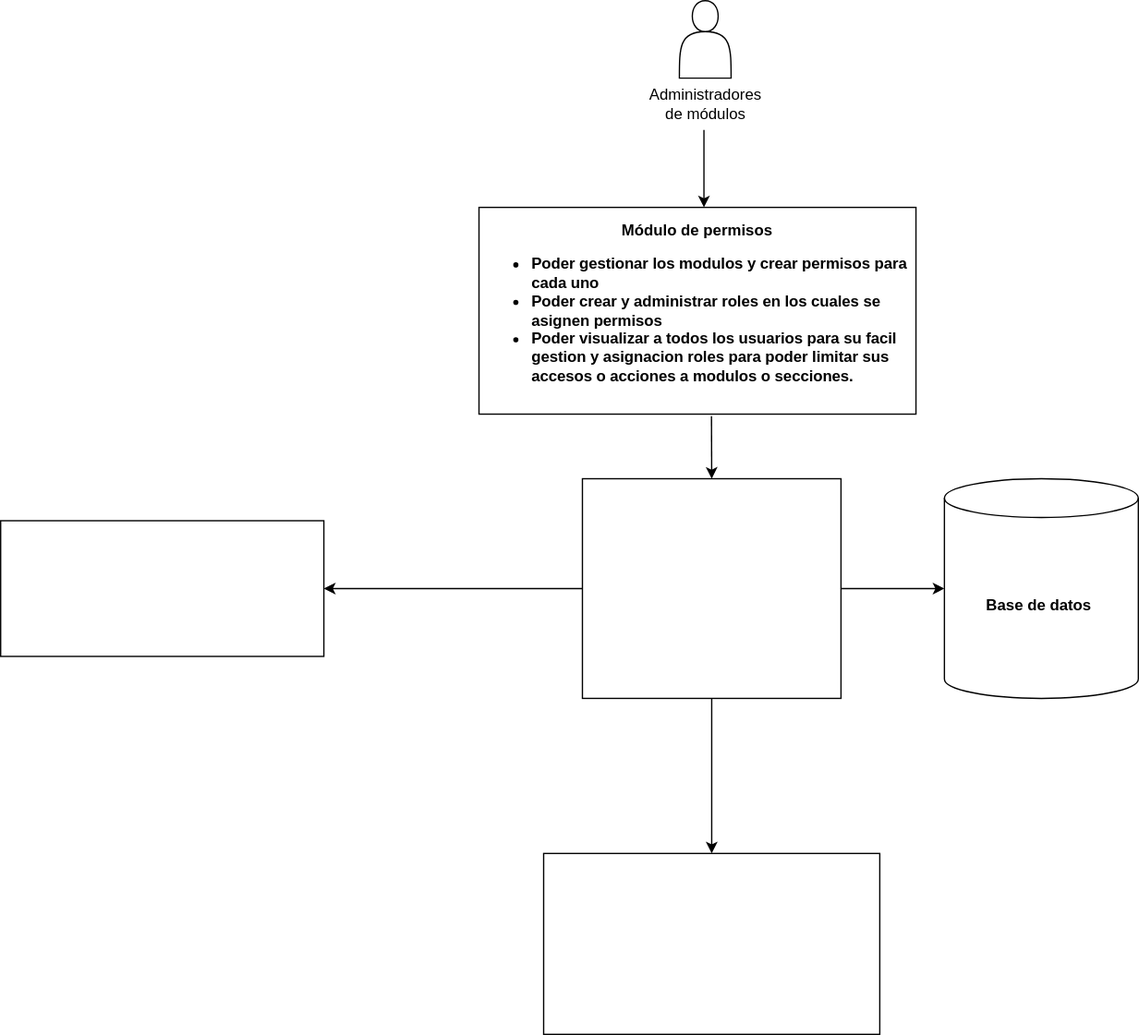
The draw.io diagram Diagrama C2 Módulo de permisos.svg in dani99m/Diagramas, before a commit. Source tidied: cells renumbered, new cells last; positions are measured from the earlier drawing's top-left corner, leaving out a move shared by most shapes.
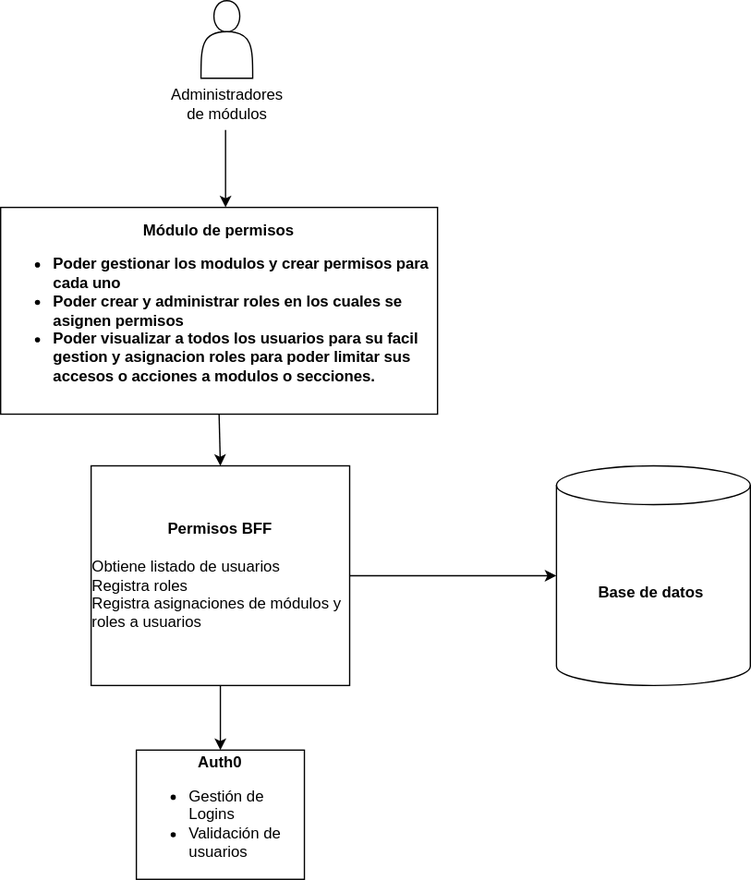
After the change.

The edit, as a diff of the source:
```diff
@@ -20,29 +20,35 @@
     <mxCell id="5" value="&lt;b style=&quot;background-color: initial;&quot;&gt;Módulo de permisos&lt;br&gt;&lt;ul&gt;&lt;li style=&quot;text-align: left;&quot;&gt;&lt;span style=&quot;font-size: 1em; letter-spacing: -0.005em; background-color: initial;&quot;&gt;Poder gestionar los modulos y crear permisos para cada uno&lt;/span&gt;&lt;/li&gt;&lt;li style=&quot;text-align: left;&quot;&gt;&lt;span style=&quot;font-size: 1em; letter-spacing: -0.005em; background-color: initial;&quot;&gt;Poder crear y administrar roles en los cuales se asignen permisos&lt;/span&gt;&lt;/li&gt;&lt;li style=&quot;text-align: left;&quot;&gt;&lt;span style=&quot;font-size: 1em; letter-spacing: -0.005em; background-color: initial;&quot;&gt;Poder visualizar a todos los usuarios para su facil gestion y asignacion roles para poder limitar sus accesos o acciones a modulos o secciones.&lt;/span&gt;&lt;/li&gt;&lt;/ul&gt;&lt;/b&gt;" style="rounded=0;whiteSpace=wrap;html=1;" parent="1" vertex="1">
       <mxGeometry x="370" y="160" width="338" height="160" as="geometry" />
     </mxCell>
-    <mxCell id="6" style="endArrow=classic;html=1;rounded=0;entryX=0.5;entryY=0;entryDx=0;entryDy=0;exitX=0.532;exitY=1.01;exitDx=0;exitDy=0;exitPerimeter=0;" parent="1" edge="1" source="5" target="10">
-      <mxGeometry relative="1" as="geometry" />
-    </mxCell>
-    <mxCell id="7" style="edgeStyle=orthogonalEdgeStyle;rounded=0;jettySize=auto;html=1;" parent="1" edge="1" source="10" target="11">
-      <mxGeometry relative="1" as="geometry" />
+    <mxCell id="7" style="edgeStyle=orthogonalEdgeStyle;rounded=0;jettySize=auto;html=1;" parent="1" edge="1" target="x">
+      <mxGeometry relative="1" as="geometry">
+        <mxPoint x="650" y="455" as="sourcePoint" />
+      </mxGeometry>
     </mxCell>
-    <mxCell id="8" style="edgeStyle=orthogonalEdgeStyle;rounded=0;jettySize=auto;html=1;" parent="1" edge="1" source="10" target="12">
-      <mxGeometry relative="1" as="geometry" />
+    <mxCell id="8" style="edgeStyle=orthogonalEdgeStyle;rounded=0;jettySize=auto;html=1;" parent="1" edge="1" target="x">
+      <mxGeometry relative="1" as="geometry">
+        <mxPoint x="550" y="540" as="sourcePoint" />
+      </mxGeometry>
     </mxCell>
-    <mxCell id="9" style="edgeStyle=orthogonalEdgeStyle;rounded=0;jettySize=auto;html=1;exitX=0;exitY=0.5;exitDx=0;exitDy=0;" parent="1" edge="1" source="10" target="13">
-      <mxGeometry relative="1" as="geometry" />
-    </mxCell>
-    <mxCell id="10" style="rounded=0;whiteSpace=wrap;html=1;" parent="1" vertex="1">
-      <mxGeometry x="450" y="370" width="200" height="170" as="geometry" />
-    </mxCell>
+    <mxCell id="14" style="edgeStyle=orthogonalEdgeStyle;rounded=0;jettySize=auto;html=1;" parent="1" edge="1" source="15" target="11">
+      <mxGeometry relative="1" as="geometry" />
+    </mxCell>
+    <mxCell id="15" value="&lt;b&gt;Permisos BFF&lt;br&gt;&lt;/b&gt;&lt;span style=&quot;color: rgba(0, 0, 0, 0); font-family: monospace; font-size: 0px; text-align: start; background-color: rgb(248, 249, 250);&quot;&gt;CmxGraphModel%3E%3Croot%3E%3CmxCell%20id%3D%220%22%2F%3E%3CmxCell%20id%3D%221%22%20parent%3D%220%22%2F%3E%3CmxCell%20id%3D%222%22%20style%3D%22edgeStyle%3DorthogonalEdgeStyle%3Brounded%3D0%3BorthogonalLoop%3D1%3BjettySize%3Dauto%3Bhtml%3D1%3BexitX%3D0.75%3BexitY%3D1%3BexitDx%3D0%3BexitDy%3D0%3BentryX%3D0.5%3BentryY%3D0%3BentryDx%3D0%3BentryDy%3D0%3B%22%20edge%3D%221%22%20target%3D%223%22%20parent%3D%221%22%3E%3CmxGeometry%20relative%3D%221%22%20as%3D%22geometry%22%3E%3CmxPoint%20x%3D%22503.5%22%20y%3D%22460%22%20as%3D%22sourcePoint%22%2F%3E%3CArray%20as%3D%22points%22%3E%3CmxPoint%20x%3D%22580%22%20y%3D%22460%22%2F%3E%3CmxPoint%20x%3D%22580%22%20y%3D%22485%22%2F%3E%3CmxPoint%20x%3D%22615%22%20y%3D%22485%22%2F%3E%3C%2FArray%3E%3C%2FmxGeometry%3E%3C%2FmxCell%3E%3CmxCell%20id%3D%223%22%20value%3D%22%26lt%3Bb%26gt%3BAuth0%26lt%3B%2Fb%26gt%3B%26lt%3Bbr%26gt%3B%26lt%3Bdiv%20style%3D%26quot%3Btext-align%3A%20left%3B%26quot%3B%26gt%3B%26lt%3Bul%26gt%3B%26lt%3Bli%26gt%3B%26lt%3Bspan%20style%3D%26quot%3Bbackground-color%3A%20initial%3B%26quot%3B%26gt%3BGesti%C3%B3n%20de%20Logins%26lt%3B%2Fspan%26gt%3B%26lt%3B%2Fli%26gt%3B%26lt%3Bli%26gt%3B%26lt%3Bspan%20style%3D%26quot%3Bbackground-color%3A%20initial%3B%26quot%3B%26gt%3BValidaci%C3%B3n%20de%20usuarios%26lt%3B%2Fspan%26gt%3B%26lt%3B%2Fli%26gt%3B%26lt%3B%2Ful%26gt%3B%26lt%3B%2Fdiv%26gt%3B%22%20style%3D%22rounded%3D0%3BwhiteSpace%3Dwrap%3Bhtml%3D1%3B%22%20vertex%3D%221%22%20parent%3D%221%22%3E%3CmxGeometry%20x%3D%22550%22%20y%3D%22510%22%20width%3D%22130%22%20height%3D%22100%22%20as%3D%22geometry%22%2F%3E%3C%2FmxCell%3E%3C%2Froot%3E%3C%2FmxGraphModel%3E&lt;br&gt;&lt;div style=&quot;text-align: left;&quot;&gt;&lt;span style=&quot;background-color: initial; color: rgb(0, 0, 0); font-family: Helvetica; font-size: 12px; text-align: center;&quot;&gt;Obtiene listado de usuarios&lt;/span&gt;&lt;/div&gt;&lt;/span&gt;&lt;div style=&quot;text-align: left;&quot;&gt;&lt;span style=&quot;background-color: initial;&quot;&gt;Registra roles&lt;/span&gt;&lt;/div&gt;&lt;div style=&quot;text-align: left;&quot;&gt;&lt;span style=&quot;background-color: initial;&quot;&gt;Registra asignaciones de módulos y roles a usuarios&lt;/span&gt;&lt;/div&gt;" style="rounded=0;whiteSpace=wrap;html=1;" parent="1" vertex="1">
+      <mxGeometry x="440" y="360" width="200" height="170" as="geometry" />
+    </mxCell>
     <mxCell id="11" value="&lt;b&gt;Base de datos&amp;nbsp;&lt;/b&gt;" style="shape=cylinder3;whiteSpace=wrap;html=1;boundedLbl=1;backgroundOutline=1;size=15;" parent="1" vertex="1">
-      <mxGeometry x="730" y="370" width="150" height="170" as="geometry" />
+      <mxGeometry x="800" y="360" width="150" height="170" as="geometry" />
     </mxCell>
-    <mxCell id="12" style="rounded=0;whiteSpace=wrap;html=1;" parent="1" vertex="1">
-      <mxGeometry x="420" y="660" width="260" height="140" as="geometry" />
-    </mxCell>
-    <mxCell id="13" style="rounded=0;whiteSpace=wrap;html=1;" parent="1" vertex="1">
-      <mxGeometry y="402.5" width="250" height="105" as="geometry" />
-    </mxCell>
+    <mxCell id="16" value="&lt;b&gt;Auth0&lt;/b&gt;&lt;br&gt;&lt;div style=&quot;text-align: left;&quot;&gt;&lt;ul&gt;&lt;li&gt;&lt;span style=&quot;background-color: initial;&quot;&gt;Gestión de Logins&lt;/span&gt;&lt;/li&gt;&lt;li&gt;&lt;span style=&quot;background-color: initial;&quot;&gt;Validación de usuarios&lt;/span&gt;&lt;/li&gt;&lt;/ul&gt;&lt;/div&gt;" style="rounded=0;whiteSpace=wrap;html=1;" parent="1" vertex="1">
+      <mxGeometry x="475" y="580" width="130" height="100" as="geometry" />
+    </mxCell>
+    <mxCell id="17" style="endArrow=classic;html=1;rounded=0;exitX=0.5;exitY=1;exitDx=0;exitDy=0;entryX=0.5;entryY=0;entryDx=0;entryDy=0;" parent="1" edge="1" source="5" target="15">
+      <mxGeometry relative="1" as="geometry" />
+    </mxCell>
+    <mxCell id="18" style="endArrow=classic;html=1;rounded=0;" parent="1" edge="1" target="16">
+      <mxGeometry relative="1" as="geometry">
+        <mxPoint x="540" y="530" as="sourcePoint" />
+      </mxGeometry>
+    </mxCell>
   </root>
 </mxGraphModel>
```
